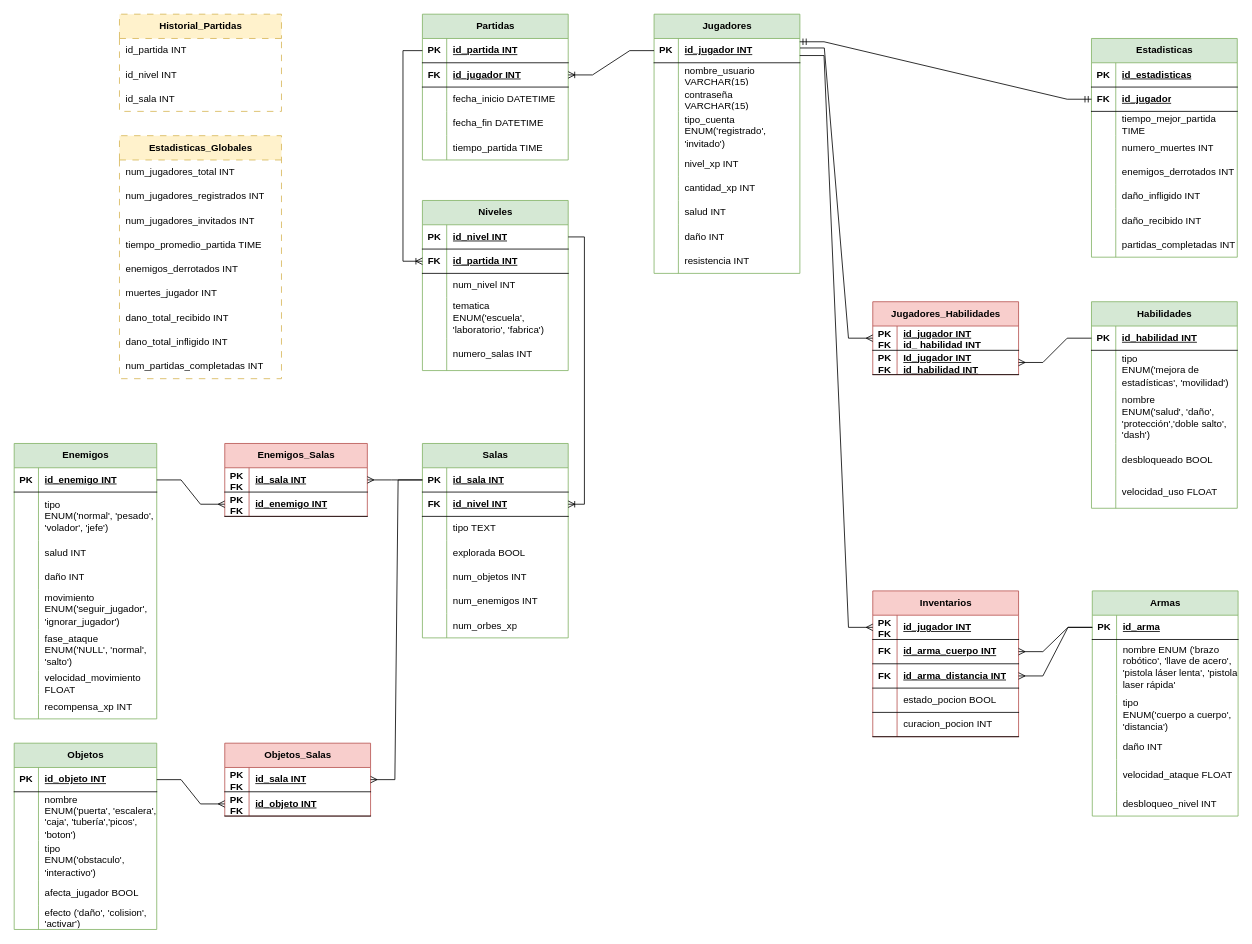
Above: page "v2" (2 of 2) of Base_de_datos/v2/Diagrama_ER_Overclocked_v2.drawio in diegocrdz/TC2005B_Equipo1_BotRunners (draw.io), before the change. Source tidied: cells renumbered, new cells numbered last; positions are measured from the earlier drawing's top-left corner, leaving out a move shared by most shapes. Both pictures are drawn from the tidied source at 81%, with x=0, y=0 at pixel (14, 14).
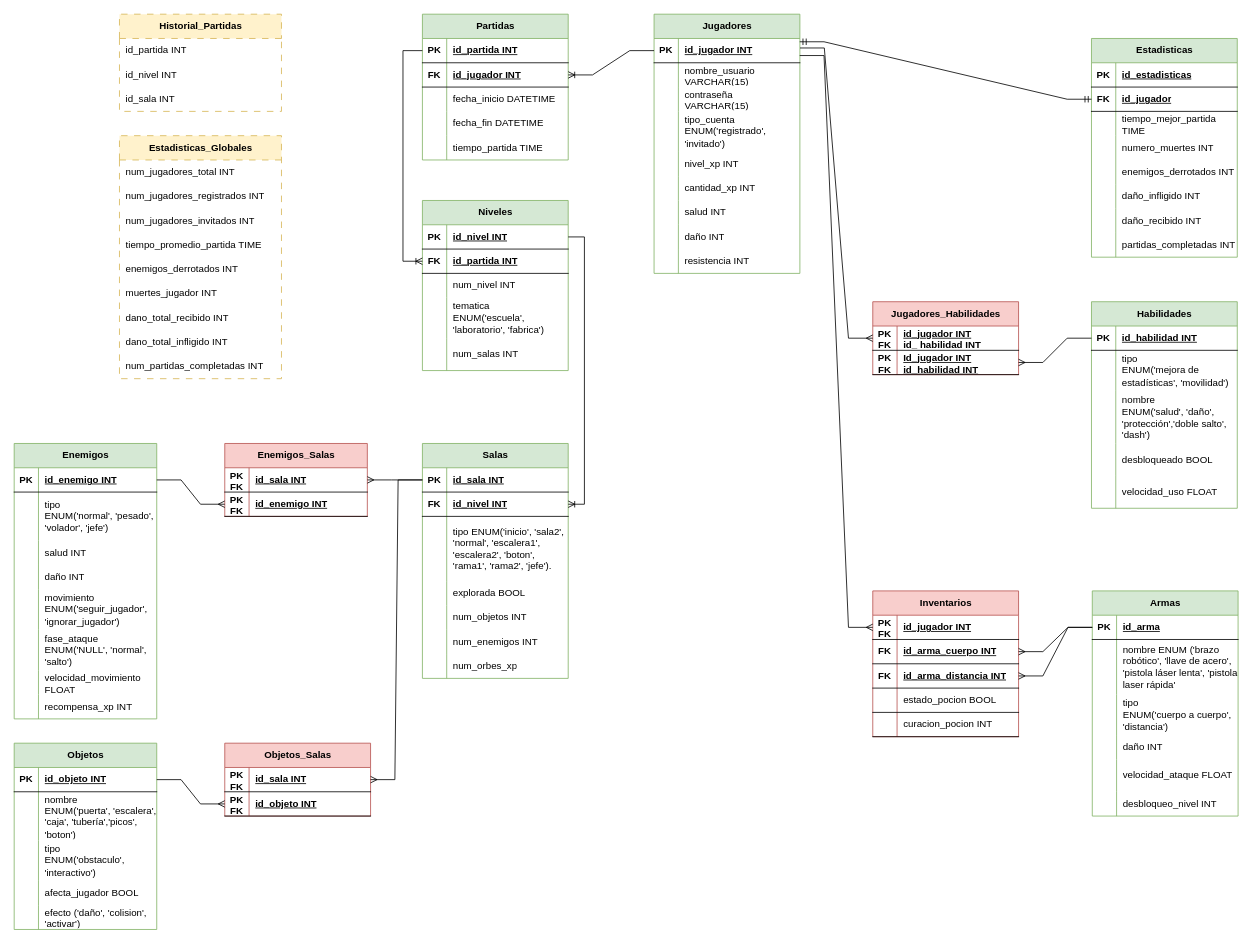
The same diagram, later.

Commit message (it also covers changes not shown here):
Pequeña modificación en el diagarma ER, en la parte del tipo de salas

Unchanged cells that the change refers to:
```xml
<mxCell id="90" style="shape=tableRow;horizontal=0;startSize=0;swimlaneHead=0;swimlaneBody=0;fillColor=none;top=0;left=0;right=0;bottom=0;" parent="77" vertex="1">
  <mxGeometry y="170" width="180" height="40" as="geometry" />
</mxCell>
```

Diff of the diagram source:
```diff
@@
     <mxCell id="55" value="Salas" style="shape=table;startSize=30;childLayout=tableLayout;rowLines=0;fontStyle=1;align=center;html=1;fillColor=#d5e8d4;strokeColor=#82b366;" parent="1" vertex="1">
-      <mxGeometry x="504" y="530" width="180" height="240" as="geometry" />
+      <mxGeometry x="504" y="530" width="180" height="290" as="geometry" />
     </mxCell>
@@
     <mxCell id="62" style="shape=tableRow;horizontal=0;startSize=0;swimlaneHead=0;swimlaneBody=0;fillColor=none;top=0;left=0;right=0;bottom=0;" parent="55" vertex="1">
-      <mxGeometry y="90" width="180" height="30" as="geometry" />
+      <mxGeometry y="90" width="180" height="80" as="geometry" />
     </mxCell>
     <mxCell id="63" style="shape=partialRectangle;fillColor=none;top=0;left=0;bottom=0;right=0;overflow=hidden;whiteSpace=wrap;html=1;" parent="62" vertex="1">
-      <mxGeometry width="30" height="30" as="geometry" />
+      <mxGeometry width="30" height="80" as="geometry" />
     </mxCell>
-    <mxCell id="64" value="tipo TEXT" style="shape=partialRectangle;fillColor=none;top=0;left=0;bottom=0;right=0;align=left;spacingLeft=6;overflow=hidden;whiteSpace=wrap;html=1;" parent="62" vertex="1">
-      <mxGeometry x="30" width="150" height="30" as="geometry" />
+    <mxCell id="64" value="tipo ENUM('inicio', 'sala2', 'normal', 'escalera1', 'escalera2', 'boton', 'rama1', 'rama2', 'jefe')." style="shape=partialRectangle;fillColor=none;top=0;left=0;bottom=0;right=0;align=left;spacingLeft=6;overflow=hidden;whiteSpace=wrap;html=1;" parent="62" vertex="1">
+      <mxGeometry x="30" width="150" height="80" as="geometry" />
     </mxCell>
     <mxCell id="65" style="shape=tableRow;horizontal=0;startSize=0;swimlaneHead=0;swimlaneBody=0;fillColor=none;top=0;left=0;right=0;bottom=0;" parent="55" vertex="1">
-      <mxGeometry y="120" width="180" height="30" as="geometry" />
+      <mxGeometry y="170" width="180" height="30" as="geometry" />
     </mxCell>
@@
     <mxCell id="68" style="shape=tableRow;horizontal=0;startSize=0;swimlaneHead=0;swimlaneBody=0;fillColor=none;top=0;left=0;right=0;bottom=0;" parent="55" vertex="1">
-      <mxGeometry y="150" width="180" height="30" as="geometry" />
+      <mxGeometry y="200" width="180" height="30" as="geometry" />
     </mxCell>
@@
     <mxCell id="71" style="shape=tableRow;horizontal=0;startSize=0;swimlaneHead=0;swimlaneBody=0;fillColor=none;top=0;left=0;right=0;bottom=0;" parent="55" vertex="1">
-      <mxGeometry y="180" width="180" height="30" as="geometry" />
+      <mxGeometry y="230" width="180" height="30" as="geometry" />
     </mxCell>
@@
     <mxCell id="74" style="shape=tableRow;horizontal=0;startSize=0;swimlaneHead=0;swimlaneBody=0;fillColor=none;top=0;left=0;right=0;bottom=0;" parent="55" vertex="1">
-      <mxGeometry y="210" width="180" height="30" as="geometry" />
+      <mxGeometry y="260" width="180" height="30" as="geometry" />
     </mxCell>
@@
-    <mxCell id="92" value="numero_salas INT" style="shape=partialRectangle;fillColor=none;top=0;left=0;bottom=0;right=0;align=left;spacingLeft=6;overflow=hidden;whiteSpace=wrap;html=1;" parent="90" vertex="1">
+    <mxCell id="92" value="num_salas INT" style="shape=partialRectangle;fillColor=none;top=0;left=0;bottom=0;right=0;align=left;spacingLeft=6;overflow=hidden;whiteSpace=wrap;html=1;" parent="90" vertex="1">
       <mxGeometry x="30" width="150" height="40" as="geometry" />
     </mxCell>
```
